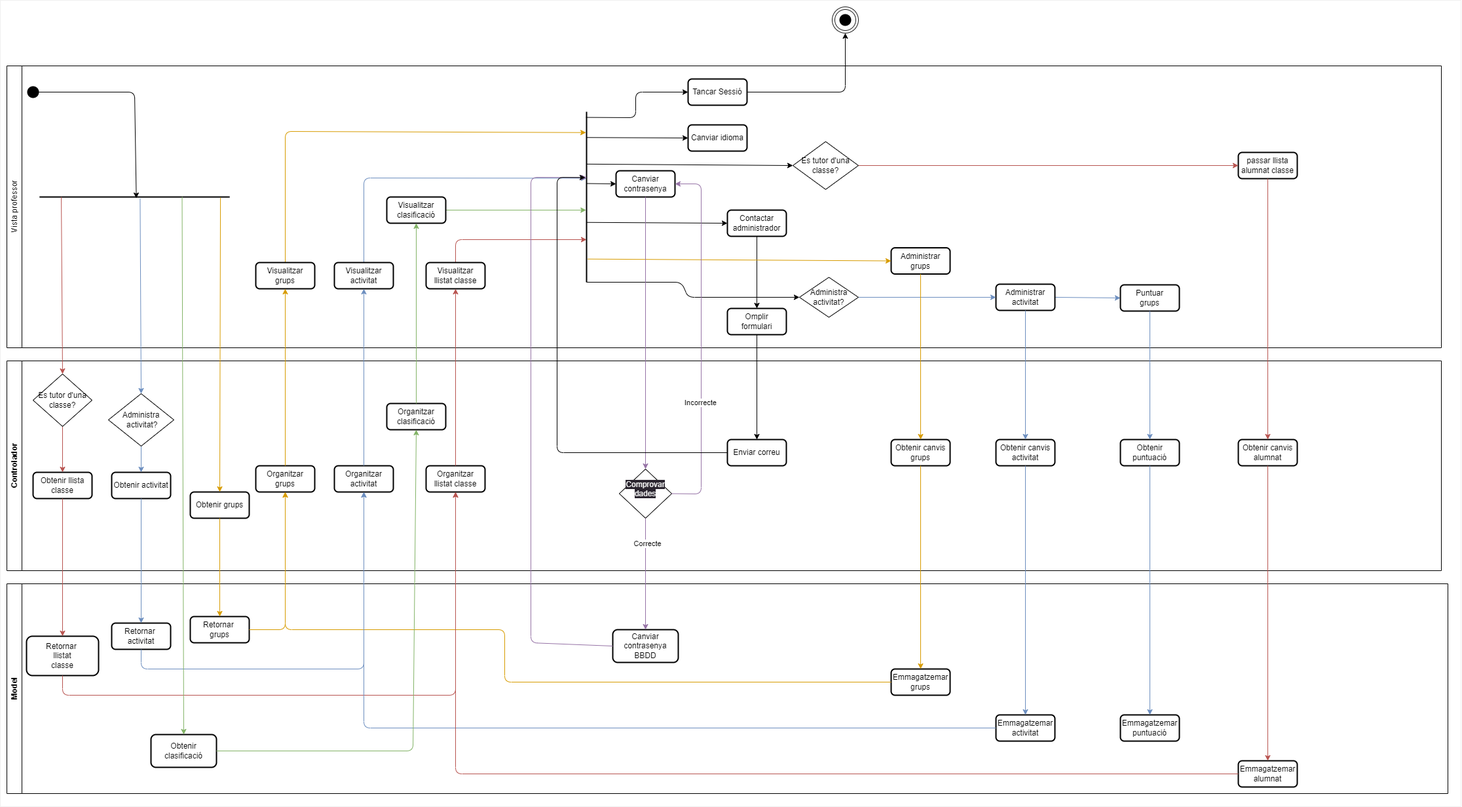
Before: diagramas/D-AC-PROF.png, a diagram exported from draw.io (EliasEJ/ACTIVITAT-DE-COHESIO). Source tidied: cells renumbered, new cells last; positions are measured from the earlier drawing's top-left corner, leaving out a move shared by most shapes.
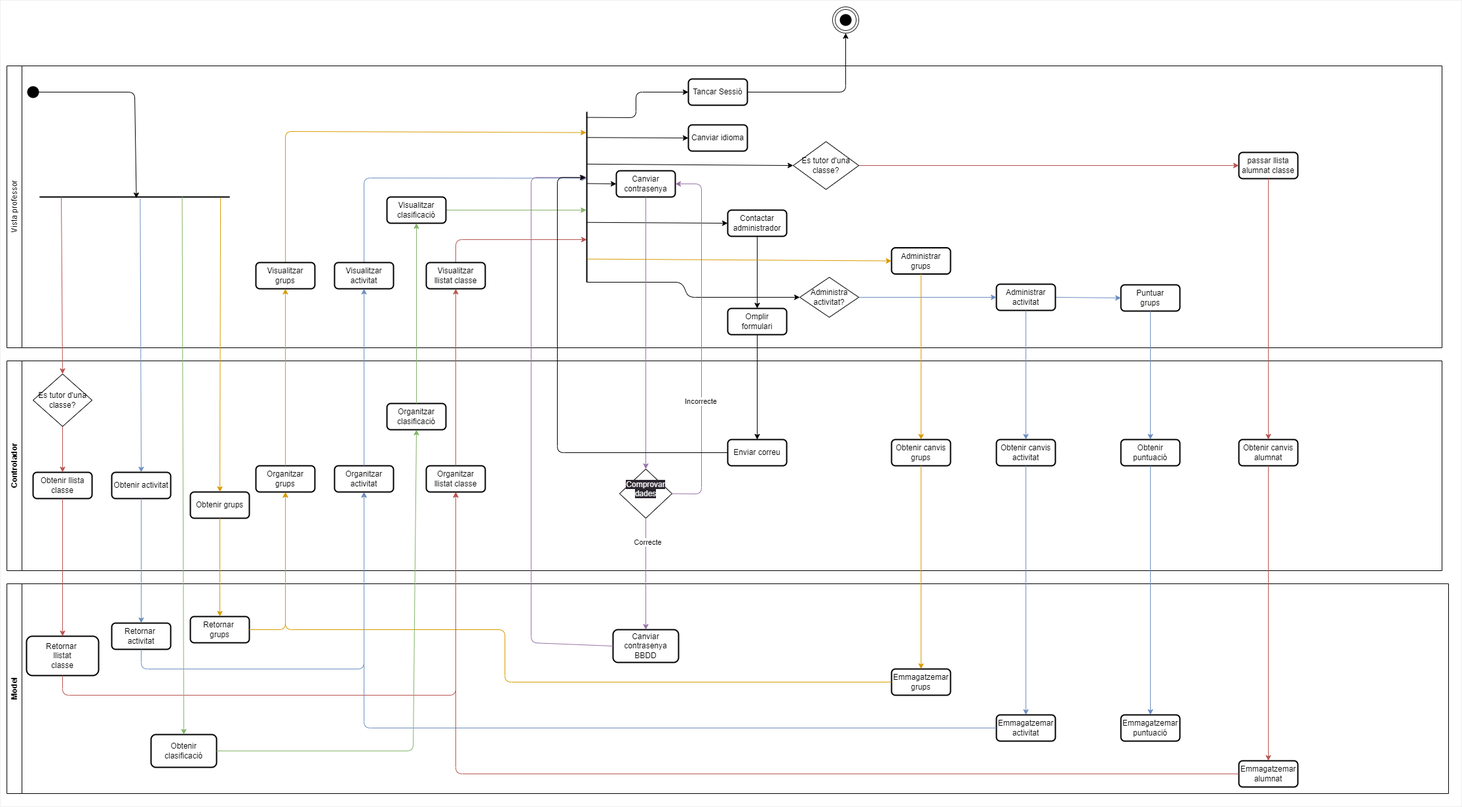
Above is the later version.

What changed in the source:
```diff
@@ -145,12 +145,6 @@
     <mxCell id="40" value="Obtenir grups" style="rounded=1;whiteSpace=wrap;html=1;strokeWidth=2;" parent="38" vertex="1">
       <mxGeometry x="280" y="200" width="90" height="40" as="geometry" />
     </mxCell>
-    <mxCell id="41" style="edgeStyle=none;html=1;exitX=0.5;exitY=1;exitDx=0;exitDy=0;entryX=0.5;entryY=0;entryDx=0;entryDy=0;fillColor=#dae8fc;strokeColor=#6c8ebf;" parent="38" edge="1" source="42" target="39">
-      <mxGeometry relative="1" as="geometry" />
-    </mxCell>
-    <mxCell id="42" value="Administra&lt;br&gt;&amp;nbsp;activitat?" style="rhombus;whiteSpace=wrap;html=1;" parent="38" vertex="1">
-      <mxGeometry x="155" y="50" width="100" height="80" as="geometry" />
-    </mxCell>
     <mxCell id="43" value="Organitzar grups" style="rounded=1;whiteSpace=wrap;html=1;strokeWidth=2;" parent="38" vertex="1">
       <mxGeometry x="380" y="160" width="90" height="40" as="geometry" />
     </mxCell>
@@ -220,7 +214,7 @@
     <mxCell id="65" value="Obtenir clasificació" style="rounded=1;whiteSpace=wrap;html=1;strokeWidth=2;" parent="56" vertex="1">
       <mxGeometry x="220" y="230" width="100" height="50" as="geometry" />
     </mxCell>
-    <mxCell id="66" style="edgeStyle=none;html=1;entryX=0.5;entryY=0;entryDx=0;entryDy=0;exitX=0.529;exitY=0.743;exitDx=0;exitDy=0;exitPerimeter=0;fillColor=#dae8fc;strokeColor=#6c8ebf;" parent="1" edge="1" source="6" target="42">
+    <mxCell id="66" style="edgeStyle=none;html=1;entryX=0.5;entryY=0;entryDx=0;entryDy=0;exitX=0.529;exitY=0.743;exitDx=0;exitDy=0;exitPerimeter=0;fillColor=#dae8fc;strokeColor=#6c8ebf;" parent="1" edge="1" source="6" target="39">
       <mxGeometry relative="1" as="geometry" />
     </mxCell>
     <mxCell id="67" style="edgeStyle=none;html=1;entryX=0.5;entryY=0;entryDx=0;entryDy=0;exitX=0.952;exitY=0.6;exitDx=0;exitDy=0;exitPerimeter=0;fillColor=#ffe6cc;strokeColor=#d79b00;" parent="1" edge="1" source="6" target="40">
```
